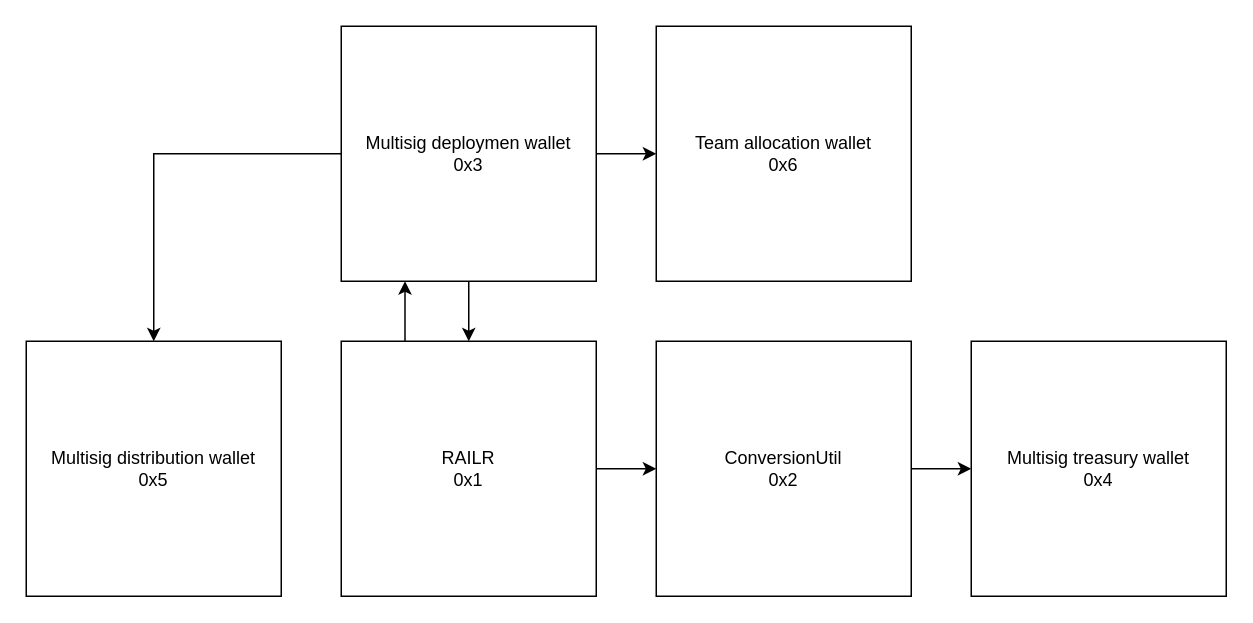
Before: diagram.drawio in maximedupreorg/OPOLY, a draw.io diagram. Source tidied: cells renumbered, new cells numbered last; positions are measured from the earlier drawing's top-left corner, leaving out a move shared by most shapes. Both pictures are drawn from the tidied source at 150%, with x=0, y=0 at pixel (26, 26).
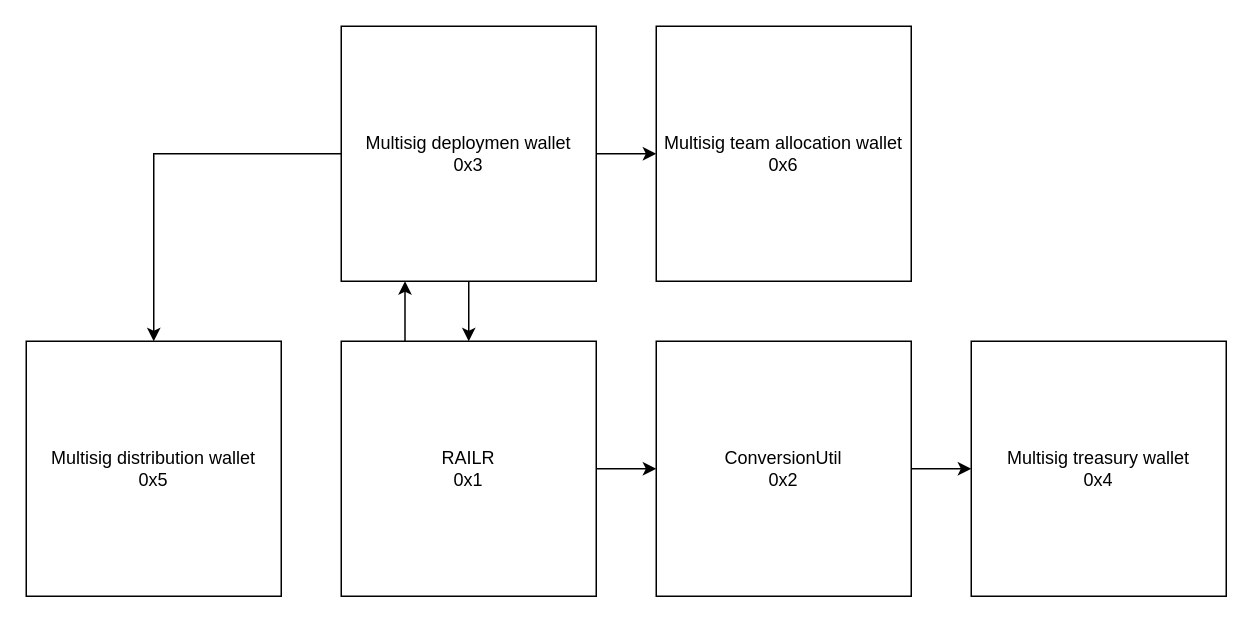
After the change.

What changed in the source:
```diff
@@
 <mxGraphModel>
   <root>
     <mxCell id="0" />
     <mxCell id="1" parent="0" />
     <mxCell id="2" style="edgeStyle=orthogonalEdgeStyle;rounded=0;jettySize=auto;html=1;exitX=1;exitY=0.5;exitDx=0;exitDy=0;entryX=0;entryY=0.5;entryDx=0;entryDy=0;" parent="1" edge="1" source="4" target="6">
       <mxGeometry relative="1" as="geometry" />
     </mxCell>
     <mxCell id="3" style="edgeStyle=orthogonalEdgeStyle;rounded=0;jettySize=auto;html=1;exitX=0.25;exitY=0;exitDx=0;exitDy=0;entryX=0.25;entryY=1;entryDx=0;entryDy=0;" parent="1" edge="1" source="4" target="10">
       <mxGeometry relative="1" as="geometry" />
     </mxCell>
     <mxCell id="4" value="RAILR&lt;br&gt;0x1" style="whiteSpace=wrap;html=1;" parent="1" vertex="1">
       <mxGeometry x="210" y="210" width="170" height="170" as="geometry" />
     </mxCell>
     <mxCell id="5" style="edgeStyle=orthogonalEdgeStyle;rounded=0;jettySize=auto;html=1;exitX=1;exitY=0.5;exitDx=0;exitDy=0;entryX=0;entryY=0.5;entryDx=0;entryDy=0;" parent="1" edge="1" source="6" target="11">
       <mxGeometry relative="1" as="geometry" />
     </mxCell>
     <mxCell id="6" value="ConversionUtil&lt;br&gt;0x2" style="whiteSpace=wrap;html=1;" parent="1" vertex="1">
       <mxGeometry x="420" y="210" width="170" height="170" as="geometry" />
     </mxCell>
     <mxCell id="7" style="edgeStyle=orthogonalEdgeStyle;rounded=0;jettySize=auto;html=1;exitX=0.5;exitY=1;exitDx=0;exitDy=0;entryX=0.5;entryY=0;entryDx=0;entryDy=0;" parent="1" edge="1" source="10" target="4">
       <mxGeometry relative="1" as="geometry" />
     </mxCell>
     <mxCell id="8" style="edgeStyle=orthogonalEdgeStyle;rounded=0;jettySize=auto;html=1;exitX=0;exitY=0.5;exitDx=0;exitDy=0;" parent="1" edge="1" source="10" target="12">
       <mxGeometry relative="1" as="geometry" />
     </mxCell>
     <mxCell id="9" style="edgeStyle=orthogonalEdgeStyle;rounded=0;jettySize=auto;html=1;exitX=1;exitY=0.5;exitDx=0;exitDy=0;entryX=0;entryY=0.5;entryDx=0;entryDy=0;" parent="1" edge="1" source="10" target="13">
       <mxGeometry relative="1" as="geometry" />
     </mxCell>
     <mxCell id="10" value="Multisig deploymen wallet&lt;br&gt;0x3" style="whiteSpace=wrap;html=1;" parent="1" vertex="1">
       <mxGeometry x="210" width="170" height="170" as="geometry" />
     </mxCell>
     <mxCell id="11" value="Multisig treasury wallet&lt;br&gt;0x4" style="whiteSpace=wrap;html=1;" parent="1" vertex="1">
       <mxGeometry x="630" y="210" width="170" height="170" as="geometry" />
     </mxCell>
     <mxCell id="12" value="Multisig distribution wallet&lt;br&gt;0x5" style="whiteSpace=wrap;html=1;" parent="1" vertex="1">
       <mxGeometry y="210" width="170" height="170" as="geometry" />
     </mxCell>
-    <mxCell id="13" value="Team allocation wallet&lt;br&gt;0x6" style="whiteSpace=wrap;html=1;" parent="1" vertex="1">
+    <mxCell id="13" value="Multisig team allocation wallet&lt;br&gt;0x6" style="whiteSpace=wrap;html=1;" parent="1" vertex="1">
       <mxGeometry x="420" width="170" height="170" as="geometry" />
     </mxCell>
   </root>
 </mxGraphModel>
```
